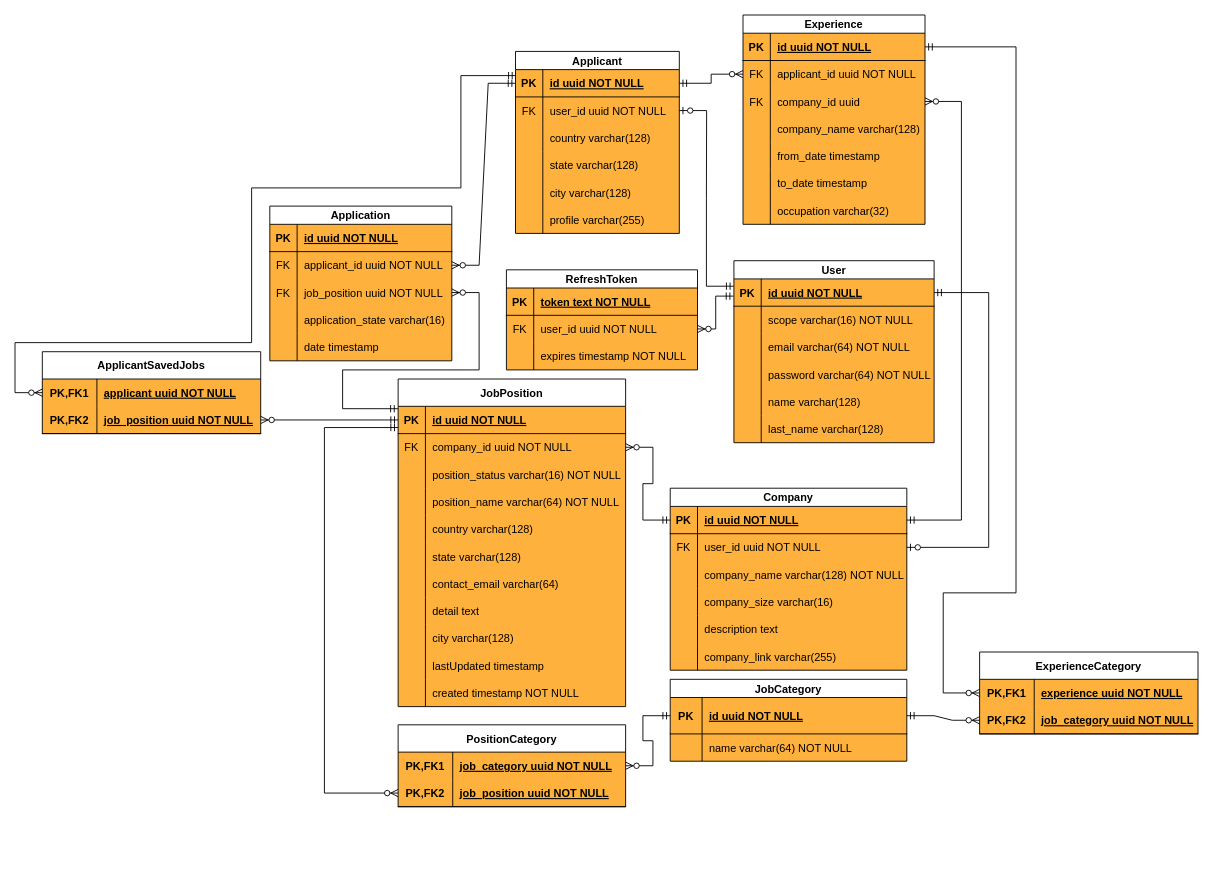
This is diagrams/ERD.drawio from BUTAJI9l-IT/job-portal, a draw.io file, before an edit. Source tidied: cells renumbered, new cells numbered last; positions are measured from the earlier drawing's top-left corner, leaving out a move shared by most shapes. Both pictures are drawn from the tidied source at 91%, with x=0, y=0 at pixel (15, 15).
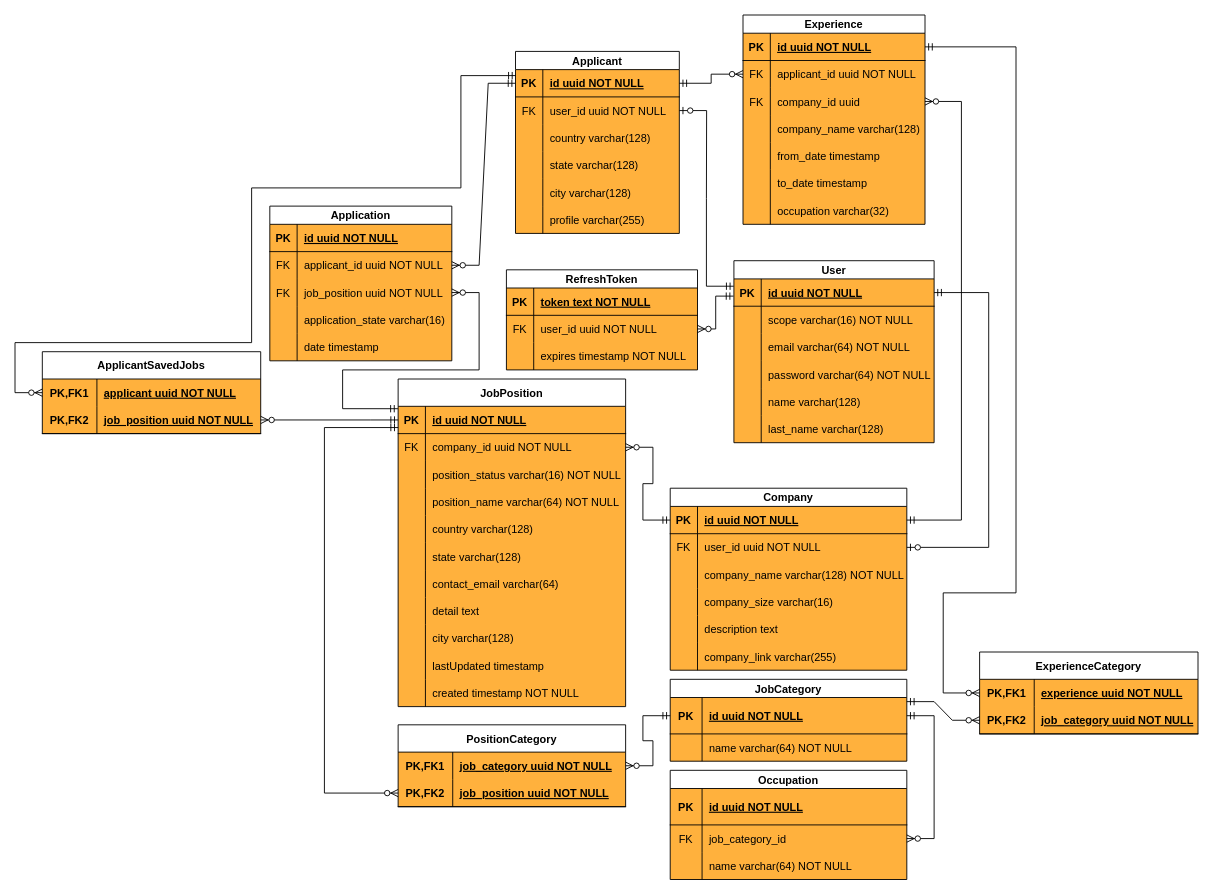
The same diagram, later.

The change refers to these unchanged cells:
```xml
<mxCell id="79" style="shape=tableRow;horizontal=0;startSize=0;swimlaneHead=0;swimlaneBody=0;fillColor=none;points=[[0,0.5],[1,0.5]];portConstraint=eastwest;top=0;left=0;right=0;bottom=1;" parent="78" vertex="1">
  <mxGeometry y="20" width="260" height="40" as="geometry" />
</mxCell>
<mxCell id="167" style="shape=tableRow;horizontal=0;startSize=0;swimlaneHead=0;swimlaneBody=0;fillColor=none;points=[[0,0.5],[1,0.5]];portConstraint=eastwest;top=0;left=0;right=0;bottom=1;" parent="163" vertex="1">
  <mxGeometry y="60" width="240" height="30" as="geometry" />
</mxCell>
```

The edit, as a diff of the source:
```diff
@@
-    <mxCell id="170" style="edgeStyle=entityRelationEdgeStyle;fontSize=12;html=1;endArrow=ERzeroToMany;startArrow=ERmandOne;rounded=0;exitX=1;exitY=0.5;exitDx=0;exitDy=0;entryX=0;entryY=0.5;entryDx=0;entryDy=0;" parent="1" edge="1" source="79" target="167">
+    <mxCell id="170" style="edgeStyle=entityRelationEdgeStyle;fontSize=12;html=1;endArrow=ERzeroToMany;startArrow=ERmandOne;rounded=0;exitX=1;exitY=0.113;exitDx=0;exitDy=0;entryX=0;entryY=0.5;entryDx=0;entryDy=0;exitPerimeter=0;" parent="1" edge="1" source="79" target="167">
       <mxGeometry relative="1" as="geometry" />
     </mxCell>
@@
+    <mxCell id="183" value="Occupation" style="shape=table;startSize=20;childLayout=tableLayout;rowLines=0;fontStyle=1;align=center;swimlaneFillColor=#FFB13D;" parent="1" vertex="1">
+      <mxGeometry x="720" y="830" width="260" height="120" as="geometry" />
+    </mxCell>
+    <mxCell id="184" style="shape=tableRow;horizontal=0;startSize=0;swimlaneHead=0;swimlaneBody=0;fillColor=none;top=0;left=0;right=0;bottom=1;" parent="183" vertex="1">
+      <mxGeometry y="20" width="260" height="40" as="geometry" />
+    </mxCell>
+    <mxCell id="185" value="PK" style="shape=partialRectangle;fillColor=none;top=0;left=0;bottom=0;right=0;fontStyle=1;overflow=hidden;" parent="184" vertex="1">
+      <mxGeometry width="35" height="40" as="geometry" />
+    </mxCell>
+    <mxCell id="186" value="id uuid NOT NULL" style="shape=partialRectangle;fillColor=none;top=0;left=0;bottom=0;right=0;align=left;spacingLeft=6;fontStyle=5;overflow=hidden;" parent="184" vertex="1">
+      <mxGeometry x="35" width="225" height="40" as="geometry" />
+    </mxCell>
+    <mxCell id="187" style="shape=tableRow;horizontal=0;startSize=0;swimlaneHead=0;swimlaneBody=0;fillColor=none;points=[[0,0.5],[1,0.5]];portConstraint=eastwest;top=0;left=0;right=0;bottom=0;" parent="183" vertex="1">
+      <mxGeometry y="60" width="260" height="30" as="geometry" />
+    </mxCell>
+    <mxCell id="188" value="FK" style="shape=partialRectangle;fillColor=none;top=0;left=0;bottom=0;right=0;fontStyle=0;overflow=hidden;" parent="187" vertex="1">
+      <mxGeometry width="35" height="30" as="geometry" />
+    </mxCell>
+    <mxCell id="189" value="job_category_id" style="shape=partialRectangle;fillColor=none;top=0;left=0;bottom=0;right=0;align=left;spacingLeft=6;fontStyle=0;overflow=hidden;" parent="187" vertex="1">
+      <mxGeometry x="35" width="225" height="30" as="geometry" />
+    </mxCell>
+    <mxCell id="190" style="shape=tableRow;horizontal=0;startSize=0;swimlaneHead=0;swimlaneBody=0;fillColor=none;top=0;left=0;right=0;bottom=0;" parent="183" vertex="1">
+      <mxGeometry y="90" width="260" height="30" as="geometry" />
+    </mxCell>
+    <mxCell id="191" style="shape=partialRectangle;fillColor=none;top=0;left=0;bottom=0;right=0;overflow=hidden;" parent="190" vertex="1">
+      <mxGeometry width="35" height="30" as="geometry" />
+    </mxCell>
+    <mxCell id="192" value="name varchar(64) NOT NULL" style="shape=partialRectangle;fillColor=none;top=0;left=0;bottom=0;right=0;align=left;spacingLeft=6;overflow=hidden;" parent="190" vertex="1">
+      <mxGeometry x="35" width="225" height="30" as="geometry" />
+    </mxCell>
+    <mxCell id="193" style="edgeStyle=entityRelationEdgeStyle;fontSize=12;html=1;endArrow=ERzeroToMany;startArrow=ERmandOne;rounded=0;exitX=1;exitY=0.5;exitDx=0;exitDy=0;entryX=1;entryY=0.5;entryDx=0;entryDy=0;" parent="1" edge="1" source="79" target="187">
+      <mxGeometry relative="1" as="geometry" />
+    </mxCell>
```
